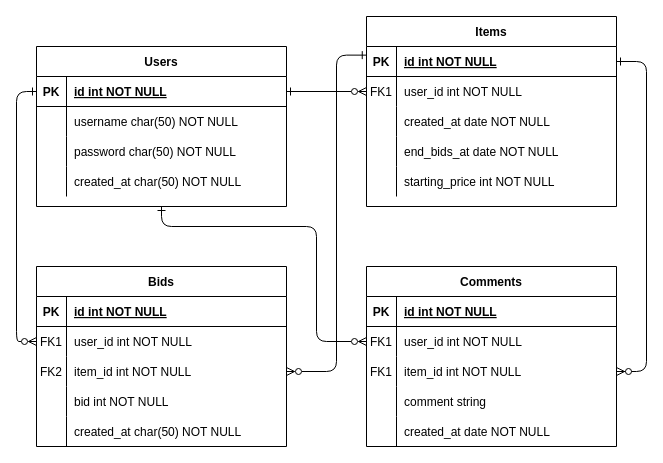
This is backend/db/Diagram.drawio from aouiniamine/auction.it, a draw.io file, before an edit. Source tidied: cells renumbered, new cells numbered last; positions are measured from the earlier drawing's top-left corner, leaving out a move shared by most shapes. Both pictures are drawn from the tidied source at 100%, with x=0, y=0 at pixel (36, 16).
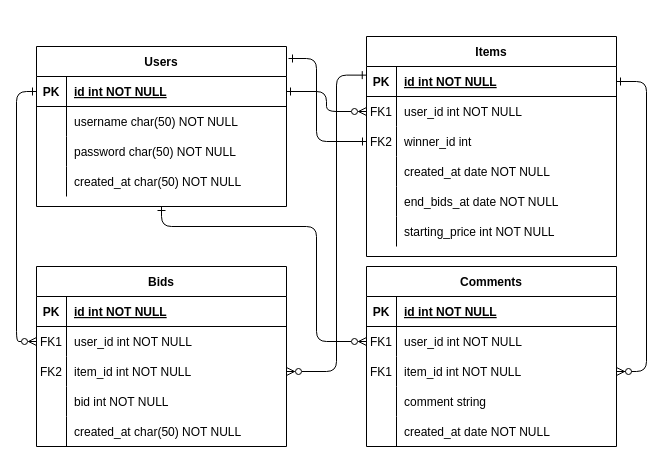
The same page after the edit.

Unchanged cells that the change refers to:
```xml
<mxCell id="4" style="shape=partialRectangle;fillColor=none;points=[[0,0.5],[1,0.5]];portConstraint=eastwest;top=0;left=0;right=0;bottom=1;" parent="3" vertex="1">
  <mxGeometry y="30" width="250" height="30" as="geometry" />
</mxCell>
<mxCell id="23" style="shape=partialRectangle;fillColor=none;points=[[0,0.5],[1,0.5]];portConstraint=eastwest;top=0;left=0;right=0;bottom=0;" parent="19" vertex="1">
  <mxGeometry y="60" width="250" height="30" as="geometry" />
</mxCell>
<mxCell id="35" value="Users" style="shape=table;startSize=30;childLayout=tableLayout;rowLines=0;fontStyle=1;align=center;" parent="1" vertex="1">
  <mxGeometry y="30" width="250" height="160" as="geometry" />
</mxCell>
<mxCell id="57" style="shape=partialRectangle;fillColor=none;points=[[0,0.5],[1,0.5]];portConstraint=eastwest;top=0;left=0;right=0;bottom=0;" parent="50" vertex="1">
  <mxGeometry y="90" width="250" height="30" as="geometry" />
</mxCell>
```

Diff of the diagram source:
```diff
@@
     <mxCell id="3" value="Items" style="shape=table;startSize=30;childLayout=tableLayout;rowLines=0;fontStyle=1;align=center;" parent="1" vertex="1">
-      <mxGeometry x="330" width="250" height="190" as="geometry" />
+      <mxGeometry x="330" y="20" width="250" height="220" as="geometry" />
     </mxCell>
@@
+    <mxCell id="68" style="shape=partialRectangle;fillColor=none;points=[[0,0.5],[1,0.5]];portConstraint=eastwest;top=0;left=0;right=0;bottom=0;" parent="3" vertex="1">
+      <mxGeometry y="90" width="250" height="30" as="geometry" />
+    </mxCell>
+    <mxCell id="69" value="FK2" style="shape=partialRectangle;overflow=hidden;fillColor=none;top=0;left=0;bottom=0;right=0;" parent="68" vertex="1">
+      <mxGeometry width="30" height="30" as="geometry" />
+    </mxCell>
+    <mxCell id="70" value="winner_id int" style="shape=partialRectangle;overflow=hidden;fillColor=none;top=0;left=0;bottom=0;right=0;align=left;spacingLeft=6;" parent="68" vertex="1">
+      <mxGeometry x="30" width="220" height="30" as="geometry" />
+    </mxCell>
     <mxCell id="10" style="shape=partialRectangle;fillColor=none;top=0;left=0;right=0;bottom=0;" parent="3" vertex="1">
-      <mxGeometry y="90" width="250" height="30" as="geometry" />
+      <mxGeometry y="120" width="250" height="30" as="geometry" />
     </mxCell>
@@
     <mxCell id="13" style="shape=partialRectangle;fillColor=none;top=0;left=0;right=0;bottom=0;" parent="3" vertex="1">
-      <mxGeometry y="120" width="250" height="30" as="geometry" />
+      <mxGeometry y="150" width="250" height="30" as="geometry" />
     </mxCell>
@@
     <mxCell id="16" style="shape=partialRectangle;fillColor=none;top=0;left=0;right=0;bottom=0;" parent="3" vertex="1">
-      <mxGeometry y="150" width="250" height="30" as="geometry" />
+      <mxGeometry y="180" width="250" height="30" as="geometry" />
     </mxCell>
@@
-    <mxCell id="49" style="edgeStyle=orthogonalEdgeStyle;rounded=1;jettySize=auto;html=1;startArrow=ERzeroToMany;startFill=0;endArrow=ERone;endFill=0;curved=0;entryX=0.5;entryY=1;entryDx=0;entryDy=0;" parent="1" edge="1" source="23" target="35">
+    <mxCell id="49" style="edgeStyle=orthogonalEdgeStyle;rounded=1;jettySize=auto;html=1;exitX=0;exitY=0.5;exitDx=0;exitDy=0;startArrow=ERzeroToMany;startFill=0;endArrow=ERone;endFill=0;curved=0;entryX=0.5;entryY=1;entryDx=0;entryDy=0;" parent="1" edge="1" source="23" target="35">
       <mxGeometry relative="1" as="geometry">
         <Array as="points">
           <mxPoint x="280" y="325" />
           <mxPoint x="280" y="210" />
           <mxPoint x="125" y="210" />
         </Array>
       </mxGeometry>
     </mxCell>
@@
     <mxCell id="67" style="edgeStyle=orthogonalEdgeStyle;rounded=1;jettySize=auto;html=1;exitX=1;exitY=0.5;exitDx=0;exitDy=0;entryX=-0.001;entryY=0.288;entryDx=0;entryDy=0;entryPerimeter=0;endArrow=ERone;endFill=0;startArrow=ERzeroToMany;startFill=0;curved=0;" parent="1" edge="1" source="57" target="4">
       <mxGeometry relative="1" as="geometry">
         <Array as="points">
           <mxPoint x="300" y="355" />
-          <mxPoint x="300" y="39" />
+          <mxPoint x="300" y="59" />
         </Array>
       </mxGeometry>
     </mxCell>
+    <mxCell id="71" style="edgeStyle=orthogonalEdgeStyle;rounded=1;jettySize=auto;html=1;exitX=0;exitY=0.5;exitDx=0;exitDy=0;entryX=1.008;entryY=0.075;entryDx=0;entryDy=0;entryPerimeter=0;startArrow=ERone;startFill=0;endArrow=ERone;endFill=0;curved=0;" parent="1" edge="1" source="68" target="35">
+      <mxGeometry relative="1" as="geometry">
+        <Array as="points">
+          <mxPoint x="280" y="125" />
+          <mxPoint x="280" y="42" />
+        </Array>
+      </mxGeometry>
+    </mxCell>
```
